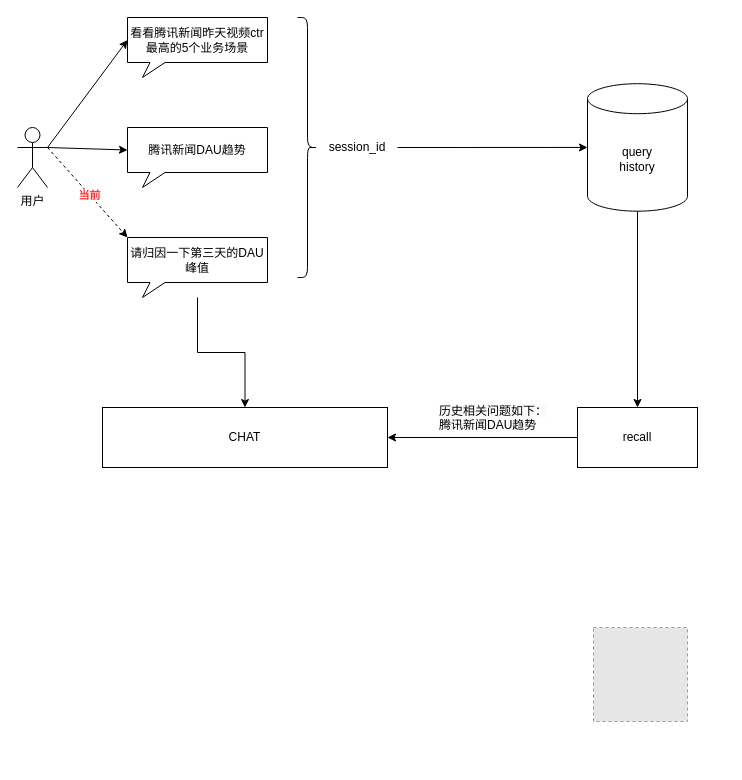
Earlier version of the draw.io diagram llm_multi_round.drawio (learn2Pro/draw_io_save). Source tidied: cells renumbered, new cells numbered last; positions are measured from the earlier drawing's top-left corner, leaving out a move shared by most shapes. Both pictures are drawn from the tidied source at 100%, with x=0, y=0 at pixel (17, 17). Pictures stored in the file or linked from it are replaced by grey dashed boxes.
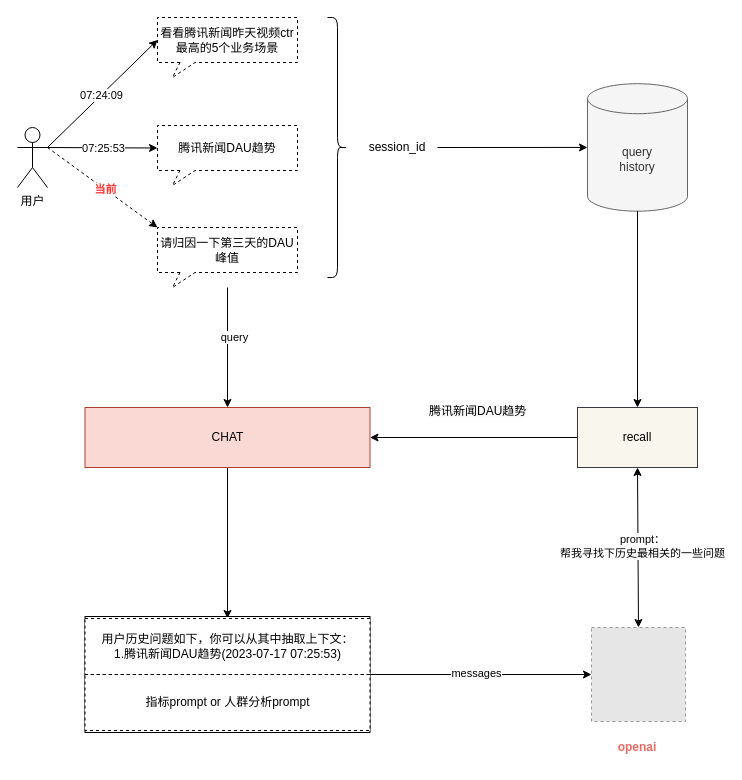
After the change.

Unchanged cells that the change refers to:
```xml
<mxCell id="4" style="edgeStyle=orthogonalEdgeStyle;rounded=0;jettySize=auto;html=1;" parent="1" edge="1" source="5" target="15">
  <mxGeometry relative="1" as="geometry" />
</mxCell>
<mxCell id="7" style="endArrow=classic;html=1;rounded=0;entryX=0;entryY=0;entryDx=0;entryDy=22.5;entryPerimeter=0;exitX=1;exitY=0.3333333333333333;exitDx=0;exitDy=0;exitPerimeter=0;" parent="1" edge="1" source="6" target="2">
  <mxGeometry relative="1" as="geometry" />
</mxCell>
<mxCell id="8" style="endArrow=classic;html=1;rounded=0;entryX=0;entryY=0;entryDx=0;entryDy=22.5;entryPerimeter=0;exitX=1;exitY=0.3333333333333333;exitDx=0;exitDy=0;exitPerimeter=0;" parent="1" edge="1" source="6" target="3">
  <mxGeometry relative="1" as="geometry" />
</mxCell>
```

What changed in the source:
```diff
@@
-    <mxCell id="2" value="看看腾讯新闻昨天视频ctr最高的5个业务场景" style="whiteSpace=wrap;html=1;shape=mxgraph.basic.rectCallout;dx=30;dy=15;boundedLbl=1;" parent="1" vertex="1">
-      <mxGeometry x="110" width="140" height="60" as="geometry" />
+    <mxCell id="2" value="看看腾讯新闻昨天视频ctr最高的5个业务场景" style="whiteSpace=wrap;html=1;shape=mxgraph.basic.rectCallout;dx=30;dy=15;boundedLbl=1;dashed=1;" parent="1" vertex="1">
+      <mxGeometry x="140" width="140" height="60" as="geometry" />
     </mxCell>
-    <mxCell id="3" value="腾讯新闻DAU趋势" style="whiteSpace=wrap;html=1;shape=mxgraph.basic.rectCallout;dx=30;dy=15;boundedLbl=1;" parent="1" vertex="1">
-      <mxGeometry x="110" y="110" width="140" height="60" as="geometry" />
+    <mxCell id="3" value="腾讯新闻DAU趋势" style="whiteSpace=wrap;html=1;shape=mxgraph.basic.rectCallout;dx=30;dy=15;boundedLbl=1;dashed=1;" parent="1" vertex="1">
+      <mxGeometry x="140" y="108" width="140" height="60" as="geometry" />
     </mxCell>
@@
+    <mxCell id="21" value="query" style="edgeLabel;html=1;align=center;verticalAlign=middle;" parent="4" vertex="1">
+      <mxGeometry x="-0.13" y="-2" relative="1" as="geometry">
+        <mxPoint x="8" y="-3" as="offset" />
+      </mxGeometry>
+    </mxCell>
-    <mxCell id="5" value="请归因一下第三天的DAU峰值" style="whiteSpace=wrap;html=1;shape=mxgraph.basic.rectCallout;dx=30;dy=15;boundedLbl=1;" parent="1" vertex="1">
-      <mxGeometry x="110" y="220" width="140" height="60" as="geometry" />
+    <mxCell id="5" value="请归因一下第三天的DAU峰值" style="whiteSpace=wrap;html=1;shape=mxgraph.basic.rectCallout;dx=30;dy=15;boundedLbl=1;dashed=1;" parent="1" vertex="1">
+      <mxGeometry x="140" y="210" width="140" height="60" as="geometry" />
     </mxCell>
@@
+    <mxCell id="22" value="07:24:09" style="edgeLabel;html=1;align=center;verticalAlign=middle;" parent="7" vertex="1">
+      <mxGeometry x="-0.03" relative="1" as="geometry" />
+    </mxCell>
@@
+    <mxCell id="23" value="07:25:53" style="edgeLabel;html=1;align=center;verticalAlign=middle;" parent="8" vertex="1">
+      <mxGeometry x="0.01" y="-3" relative="1" as="geometry">
+        <mxPoint y="-3" as="offset" />
+      </mxGeometry>
+    </mxCell>
@@
     <mxCell id="11" style="shape=curlyBracket;whiteSpace=wrap;html=1;rounded=1;flipH=1;labelPosition=right;verticalLabelPosition=middle;align=left;verticalAlign=middle;" parent="1" vertex="1">
-      <mxGeometry x="280" width="20" height="260" as="geometry" />
+      <mxGeometry x="310" width="20" height="260" as="geometry" />
     </mxCell>
     <mxCell id="12" value="session_id" style="text;html=1;strokeColor=none;fillColor=none;align=center;verticalAlign=middle;whiteSpace=wrap;rounded=0;" parent="1" vertex="1">
-      <mxGeometry x="300" y="115" width="80" height="30" as="geometry" />
+      <mxGeometry x="340" y="115" width="80" height="30" as="geometry" />
     </mxCell>
-    <mxCell id="13" value="query &lt;br&gt;history" style="shape=cylinder3;whiteSpace=wrap;html=1;boundedLbl=1;backgroundOutline=1;size=15;" parent="1" vertex="1">
+    <mxCell id="13" value="query &lt;br&gt;history" style="shape=cylinder3;whiteSpace=wrap;html=1;boundedLbl=1;backgroundOutline=1;size=15;fillColor=#f5f5f5;fontColor=#333333;strokeColor=#666666;" parent="1" vertex="1">
       <mxGeometry x="570" y="66.2" width="100" height="127.5" as="geometry" />
     </mxCell>
@@
+    <mxCell id="24" style="edgeStyle=orthogonalEdgeStyle;rounded=0;jettySize=auto;html=1;" parent="1" edge="1" source="15" target="29">
+      <mxGeometry relative="1" as="geometry" />
+    </mxCell>
-    <mxCell id="15" value="CHAT" style="rounded=0;whiteSpace=wrap;html=1;" parent="1" vertex="1">
-      <mxGeometry x="85" y="390" width="285" height="60" as="geometry" />
+    <mxCell id="15" value="CHAT" style="rounded=0;whiteSpace=wrap;html=1;fillColor=#fad9d5;strokeColor=#ae4132;" parent="1" vertex="1">
+      <mxGeometry x="67.5" y="390" width="285" height="60" as="geometry" />
     </mxCell>
-    <mxCell id="16" value="recall" style="rounded=0;whiteSpace=wrap;html=1;" parent="1" vertex="1">
+    <mxCell id="16" value="recall" style="rounded=0;whiteSpace=wrap;html=1;fillColor=#f9f7ed;strokeColor=#36393d;" parent="1" vertex="1">
       <mxGeometry x="560" y="390" width="120" height="60" as="geometry" />
     </mxCell>
@@
-    <mxCell id="18" value="&lt;span style=&quot;color: rgb(0, 0, 0); font-family: Helvetica; font-size: 12px; font-style: normal; font-variant-ligatures: normal; font-variant-caps: normal; font-weight: 400; letter-spacing: normal; orphans: 2; text-align: center; text-indent: 0px; text-transform: none; widows: 2; word-spacing: 0px; -webkit-text-stroke-width: 0px; background-color: rgb(251, 251, 251); text-decoration-thickness: initial; text-decoration-style: initial; text-decoration-color: initial; float: none; display: inline !important;&quot;&gt;历史相关问题如下：&lt;br&gt;腾讯新闻DAU趋势&lt;/span&gt;" style="text;whiteSpace=wrap;html=1;" parent="1" vertex="1">
-      <mxGeometry x="420" y="380" width="130" height="40" as="geometry" />
+    <mxCell id="18" value="&lt;span style=&quot;color: rgb(0, 0, 0); font-family: Helvetica; font-size: 12px; font-style: normal; font-variant-ligatures: normal; font-variant-caps: normal; font-weight: 400; letter-spacing: normal; orphans: 2; text-align: center; text-indent: 0px; text-transform: none; widows: 2; word-spacing: 0px; -webkit-text-stroke-width: 0px; background-color: rgb(251, 251, 251); text-decoration-thickness: initial; text-decoration-style: initial; text-decoration-color: initial; float: none; display: inline !important;&quot;&gt;腾讯新闻DAU趋势&lt;/span&gt;" style="text;whiteSpace=wrap;html=1;" parent="1" vertex="1">
+      <mxGeometry x="410" y="380" width="130" height="30" as="geometry" />
     </mxCell>
@@
     <mxCell id="20" style="fillColor=#E6E6E6;strokeColor=#999999;dashed=1;verticalLabelPosition=bottom;labelBackgroundColor=default;verticalAlign=top;" parent="1" vertex="1">
-      <mxGeometry x="576" y="610" width="94" height="94" as="geometry" />
+      <mxGeometry x="574" y="610" width="94" height="94" as="geometry" />
     </mxCell>
+    <mxCell id="25" style="endArrow=classic;startArrow=classic;html=1;rounded=0;exitX=0.5;exitY=0;exitDx=0;exitDy=0;entryX=0.5;entryY=1;entryDx=0;entryDy=0;" parent="1" edge="1" source="20" target="16">
+      <mxGeometry relative="1" as="geometry" />
+    </mxCell>
+    <mxCell id="26" value="prompt：&lt;br style=&quot;border-color: var(--border-color);&quot;&gt;帮我寻找下历史最相关的一些问题" style="edgeLabel;html=1;align=center;verticalAlign=middle;" parent="25" vertex="1">
+      <mxGeometry x="0.01" y="-2" relative="1" as="geometry">
+        <mxPoint x="2" as="offset" />
+      </mxGeometry>
+    </mxCell>
+    <mxCell id="27" style="group;" parent="1" vertex="1">
+      <mxGeometry x="67.5" y="599" width="285" height="116" as="geometry" />
+    </mxCell>
+    <mxCell id="28" style="rounded=0;whiteSpace=wrap;html=1;" parent="27" vertex="1">
+      <mxGeometry width="285" height="116" as="geometry" />
+    </mxCell>
+    <mxCell id="29" value="用户历史问题如下，你可以从其中抽取上下文：&lt;br&gt;1.腾讯新闻DAU趋势(2023-07-17 07:25:53)" style="whiteSpace=wrap;html=1;rounded=0;dashed=1;" parent="27" vertex="1">
+      <mxGeometry y="2" width="285" height="56" as="geometry" />
+    </mxCell>
+    <mxCell id="30" value="指标prompt or 人群分析prompt" style="whiteSpace=wrap;html=1;rounded=0;dashed=1;" parent="27" vertex="1">
+      <mxGeometry y="58" width="285" height="56" as="geometry" />
+    </mxCell>
+    <mxCell id="31" style="endArrow=classic;html=1;rounded=0;exitX=1;exitY=1;exitDx=0;exitDy=0;entryX=0;entryY=0.5;entryDx=0;entryDy=0;" parent="1" edge="1" source="29" target="20">
+      <mxGeometry relative="1" as="geometry" />
+    </mxCell>
+    <mxCell id="32" value="messages" style="edgeLabel;html=1;align=center;verticalAlign=middle;" parent="31" vertex="1">
+      <mxGeometry x="0.01" y="-2" relative="1" as="geometry">
+        <mxPoint x="-6" y="-4" as="offset" />
+      </mxGeometry>
+    </mxCell>
+    <mxCell id="33" value="&lt;b&gt;&lt;font color=&quot;#ea6b66&quot;&gt;openai&lt;/font&gt;&lt;/b&gt;" style="text;html=1;strokeColor=none;fillColor=none;align=center;verticalAlign=middle;whiteSpace=wrap;rounded=0;" parent="1" vertex="1">
+      <mxGeometry x="590" y="715" width="60" height="30" as="geometry" />
+    </mxCell>
```
